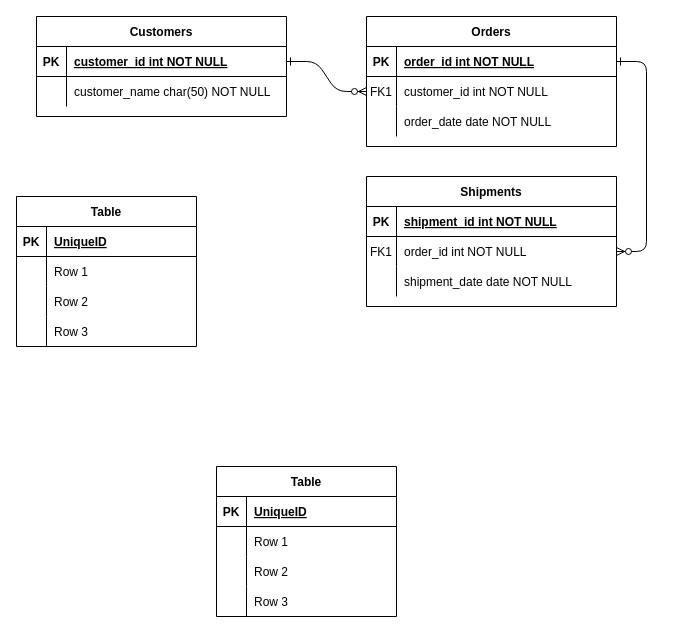
Earlier version of the draw.io diagram homeworks/homework-10/Диаграмма без названия.drawio (mletov/mssql-otus). Source tidied: cells renumbered, new cells numbered last; positions are measured from the earlier drawing's top-left corner, leaving out a move shared by most shapes. Both pictures are drawn from the tidied source at 100%, with x=0, y=0 at pixel (16, 16).
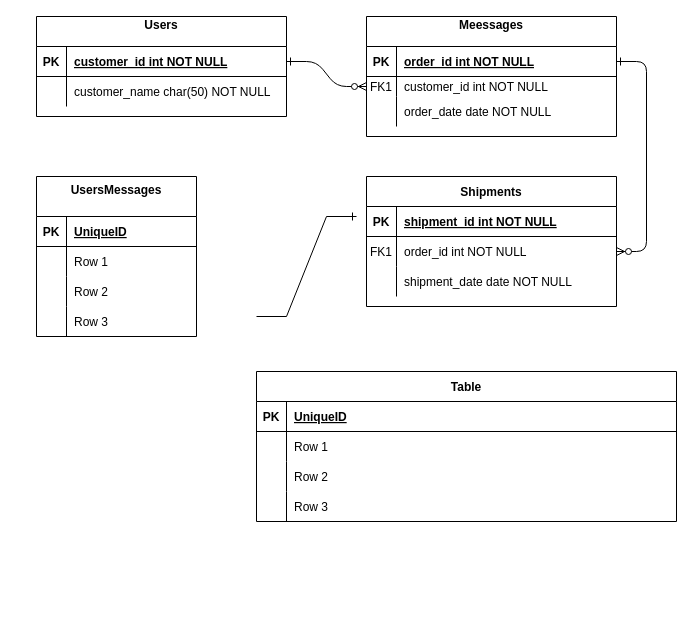
After the change.

Change to the diagram source:
```diff
@@
-    <mxCell id="4" value="Orders" style="shape=table;startSize=30;childLayout=tableLayout;rowLines=0;fontStyle=1;align=center;" parent="1" vertex="1">
-      <mxGeometry x="350" width="250" height="130" as="geometry" />
+    <mxCell id="4" value="Meessages&#10;" style="shape=table;startSize=30;childLayout=tableLayout;rowLines=0;fontStyle=1;align=center;" parent="1" vertex="1">
+      <mxGeometry x="350" width="250" height="120" as="geometry" />
     </mxCell>
@@
     <mxCell id="8" style="shape=partialRectangle;fillColor=none;points=[[0,0.5],[1,0.5]];portConstraint=eastwest;top=0;left=0;right=0;bottom=0;" parent="4" vertex="1">
-      <mxGeometry y="60" width="250" height="30" as="geometry" />
+      <mxGeometry y="60" width="250" height="20" as="geometry" />
     </mxCell>
     <mxCell id="9" value="FK1" style="shape=partialRectangle;overflow=hidden;fillColor=none;top=0;left=0;bottom=0;right=0;" parent="8" vertex="1">
-      <mxGeometry width="30" height="30" as="geometry" />
+      <mxGeometry width="30" height="20" as="geometry" />
     </mxCell>
     <mxCell id="10" value="customer_id int NOT NULL" style="shape=partialRectangle;overflow=hidden;fillColor=none;top=0;left=0;bottom=0;right=0;align=left;spacingLeft=6;" parent="8" vertex="1">
-      <mxGeometry x="30" width="220" height="30" as="geometry" />
+      <mxGeometry x="30" width="220" height="20" as="geometry" />
     </mxCell>
     <mxCell id="11" style="shape=partialRectangle;fillColor=none;top=0;left=0;right=0;bottom=0;" parent="4" vertex="1">
-      <mxGeometry y="90" width="250" height="30" as="geometry" />
+      <mxGeometry y="80" width="250" height="30" as="geometry" />
     </mxCell>
@@
-    <mxCell id="24" value="Customers" style="shape=table;startSize=30;childLayout=tableLayout;rowLines=0;fontStyle=1;align=center;" parent="1" vertex="1">
+    <mxCell id="24" value="Users&#10;" style="shape=table;startSize=30;childLayout=tableLayout;rowLines=0;fontStyle=1;align=center;" parent="1" vertex="1">
       <mxGeometry x="20" width="250" height="100" as="geometry" />
     </mxCell>
@@
-    <mxCell id="31" value="Table" style="shape=table;startSize=30;childLayout=tableLayout;rowLines=0;fontStyle=1;align=center;" parent="1" vertex="1">
-      <mxGeometry y="180" width="180" height="150" as="geometry" />
+    <mxCell id="31" value="UsersMessages&#10;" style="shape=table;startSize=40;childLayout=tableLayout;rowLines=0;fontStyle=1;align=center;" parent="1" vertex="1">
+      <mxGeometry x="20" y="160" width="160" height="160" as="geometry" />
     </mxCell>
     <mxCell id="32" style="shape=tableRow;horizontal=0;startSize=0;swimlaneHead=0;swimlaneBody=0;fillColor=none;top=0;left=0;right=0;bottom=1;" parent="31" vertex="1">
-      <mxGeometry y="30" width="180" height="30" as="geometry" />
+      <mxGeometry y="40" width="160" height="30" as="geometry" />
     </mxCell>
@@
     <mxCell id="34" value="UniqueID" style="shape=partialRectangle;fillColor=none;top=0;left=0;bottom=0;right=0;align=left;spacingLeft=6;fontStyle=5;overflow=hidden;" parent="32" vertex="1">
-      <mxGeometry x="30" width="150" height="30" as="geometry" />
+      <mxGeometry x="30" width="130" height="30" as="geometry" />
     </mxCell>
     <mxCell id="35" style="shape=tableRow;horizontal=0;startSize=0;swimlaneHead=0;swimlaneBody=0;fillColor=none;top=0;left=0;right=0;bottom=0;" parent="31" vertex="1">
-      <mxGeometry y="60" width="180" height="30" as="geometry" />
+      <mxGeometry y="70" width="160" height="30" as="geometry" />
     </mxCell>
@@
     <mxCell id="37" value="Row 1" style="shape=partialRectangle;fillColor=none;top=0;left=0;bottom=0;right=0;align=left;spacingLeft=6;overflow=hidden;" parent="35" vertex="1">
-      <mxGeometry x="30" width="150" height="30" as="geometry" />
+      <mxGeometry x="30" width="130" height="30" as="geometry" />
     </mxCell>
     <mxCell id="38" style="shape=tableRow;horizontal=0;startSize=0;swimlaneHead=0;swimlaneBody=0;fillColor=none;top=0;left=0;right=0;bottom=0;" parent="31" vertex="1">
-      <mxGeometry y="90" width="180" height="30" as="geometry" />
+      <mxGeometry y="100" width="160" height="30" as="geometry" />
     </mxCell>
@@
     <mxCell id="40" value="Row 2" style="shape=partialRectangle;fillColor=none;top=0;left=0;bottom=0;right=0;align=left;spacingLeft=6;overflow=hidden;" parent="38" vertex="1">
-      <mxGeometry x="30" width="150" height="30" as="geometry" />
+      <mxGeometry x="30" width="130" height="30" as="geometry" />
     </mxCell>
     <mxCell id="41" style="shape=tableRow;horizontal=0;startSize=0;swimlaneHead=0;swimlaneBody=0;fillColor=none;top=0;left=0;right=0;bottom=0;" parent="31" vertex="1">
-      <mxGeometry y="120" width="180" height="30" as="geometry" />
+      <mxGeometry y="130" width="160" height="30" as="geometry" />
     </mxCell>
@@
     <mxCell id="43" value="Row 3" style="shape=partialRectangle;fillColor=none;top=0;left=0;bottom=0;right=0;align=left;spacingLeft=6;overflow=hidden;" parent="41" vertex="1">
-      <mxGeometry x="30" width="150" height="30" as="geometry" />
+      <mxGeometry x="30" width="130" height="30" as="geometry" />
     </mxCell>
     <mxCell id="44" value="Table" style="shape=table;startSize=30;childLayout=tableLayout;rowLines=0;fontStyle=1;align=center;" parent="1" vertex="1">
-      <mxGeometry x="200" y="450" width="180" height="150" as="geometry" />
+      <mxGeometry x="240" y="355" width="420" height="150" as="geometry" />
     </mxCell>
     <mxCell id="45" style="shape=tableRow;horizontal=0;startSize=0;swimlaneHead=0;swimlaneBody=0;fillColor=none;top=0;left=0;right=0;bottom=1;" parent="44" vertex="1">
-      <mxGeometry y="30" width="180" height="30" as="geometry" />
+      <mxGeometry y="30" width="420" height="30" as="geometry" />
     </mxCell>
@@
     <mxCell id="47" value="UniqueID" style="shape=partialRectangle;fillColor=none;top=0;left=0;bottom=0;right=0;align=left;spacingLeft=6;fontStyle=5;overflow=hidden;" parent="45" vertex="1">
-      <mxGeometry x="30" width="150" height="30" as="geometry" />
+      <mxGeometry x="30" width="390" height="30" as="geometry" />
     </mxCell>
     <mxCell id="48" style="shape=tableRow;horizontal=0;startSize=0;swimlaneHead=0;swimlaneBody=0;fillColor=none;top=0;left=0;right=0;bottom=0;" parent="44" vertex="1">
-      <mxGeometry y="60" width="180" height="30" as="geometry" />
+      <mxGeometry y="60" width="420" height="30" as="geometry" />
     </mxCell>
@@
     <mxCell id="50" value="Row 1" style="shape=partialRectangle;fillColor=none;top=0;left=0;bottom=0;right=0;align=left;spacingLeft=6;overflow=hidden;" parent="48" vertex="1">
-      <mxGeometry x="30" width="150" height="30" as="geometry" />
+      <mxGeometry x="30" width="390" height="30" as="geometry" />
     </mxCell>
     <mxCell id="51" style="shape=tableRow;horizontal=0;startSize=0;swimlaneHead=0;swimlaneBody=0;fillColor=none;top=0;left=0;right=0;bottom=0;" parent="44" vertex="1">
-      <mxGeometry y="90" width="180" height="30" as="geometry" />
+      <mxGeometry y="90" width="420" height="30" as="geometry" />
     </mxCell>
@@
     <mxCell id="53" value="Row 2" style="shape=partialRectangle;fillColor=none;top=0;left=0;bottom=0;right=0;align=left;spacingLeft=6;overflow=hidden;" parent="51" vertex="1">
-      <mxGeometry x="30" width="150" height="30" as="geometry" />
+      <mxGeometry x="30" width="390" height="30" as="geometry" />
     </mxCell>
     <mxCell id="54" style="shape=tableRow;horizontal=0;startSize=0;swimlaneHead=0;swimlaneBody=0;fillColor=none;top=0;left=0;right=0;bottom=0;" parent="44" vertex="1">
-      <mxGeometry y="120" width="180" height="30" as="geometry" />
+      <mxGeometry y="120" width="420" height="30" as="geometry" />
     </mxCell>
@@
     <mxCell id="56" value="Row 3" style="shape=partialRectangle;fillColor=none;top=0;left=0;bottom=0;right=0;align=left;spacingLeft=6;overflow=hidden;" parent="54" vertex="1">
-      <mxGeometry x="30" width="150" height="30" as="geometry" />
+      <mxGeometry x="30" width="390" height="30" as="geometry" />
     </mxCell>
+    <mxCell id="57" style="edgeStyle=entityRelationEdgeStyle;fontSize=12;html=1;endArrow=ERone;endFill=1;rounded=0;" parent="1" edge="1">
+      <mxGeometry relative="1" as="geometry">
+        <mxPoint x="240" y="300" as="sourcePoint" />
+        <mxPoint x="340" y="200" as="targetPoint" />
+      </mxGeometry>
+    </mxCell>
```
